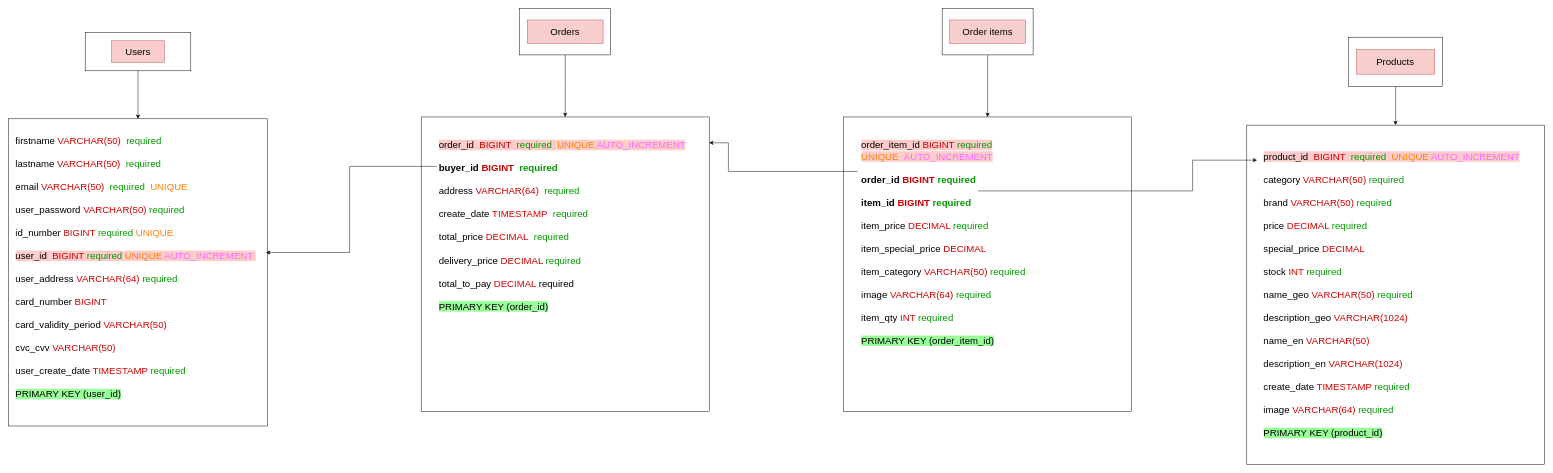
Before: readme/diagrams/sql_models.drawio in NikaKiria/KIROSHOP, a draw.io diagram. Source tidied: cells renumbered, new cells numbered last; positions are measured from the earlier drawing's top-left corner, leaving out a move shared by most shapes. Both pictures are drawn from the tidied source at 48%, with x=0, y=0 at pixel (8, 8).
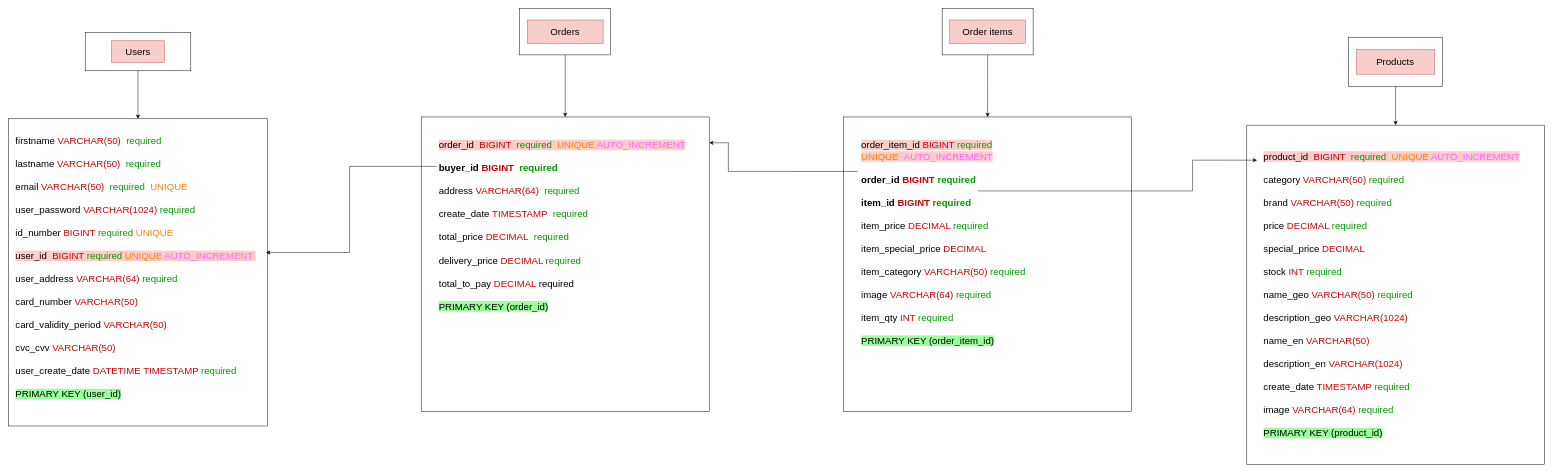
Above is the later version.

Commit message (it also covers changes not shown here):
change table models for mysql db

Change to the diagram source:
```diff
@@
-    <mxCell id="7" value="&lt;br&gt;firstname&amp;nbsp;&lt;font color=&quot;#cc0000&quot;&gt;VARCHAR(50)&amp;nbsp; &lt;/font&gt;&lt;font color=&quot;#009900&quot;&gt;required&lt;/font&gt;&lt;br&gt;&lt;br&gt;lastname&amp;nbsp;&lt;span style=&quot;color: rgb(204 , 0 , 0)&quot;&gt;VARCHAR(50)&amp;nbsp; &lt;/span&gt;&lt;font color=&quot;#009900&quot;&gt;required&lt;/font&gt;&lt;br&gt;&lt;br&gt;email&amp;nbsp;&lt;span style=&quot;color: rgb(204 , 0 , 0)&quot;&gt;VARCHAR(50)&amp;nbsp; &lt;/span&gt;&lt;font color=&quot;#009900&quot;&gt;required&amp;nbsp; &lt;/font&gt;&lt;font color=&quot;#ff8000&quot;&gt;UNIQUE&lt;/font&gt;&lt;br&gt;&lt;br&gt;user_password&amp;nbsp;&lt;span style=&quot;color: rgb(204 , 0 , 0)&quot;&gt;VARCHAR(50) &lt;/span&gt;&lt;font color=&quot;#009900&quot;&gt;required&lt;/font&gt;&lt;br&gt;&lt;br&gt;id_number&amp;nbsp;&lt;font color=&quot;#cc0000&quot;&gt;BIGINT &lt;/font&gt;&lt;font color=&quot;#009900&quot;&gt;required &lt;/font&gt;&lt;font color=&quot;#ff8000&quot;&gt;UNIQUE&lt;/font&gt;&lt;br&gt;&lt;br&gt;&lt;span style=&quot;background-color: rgb(255 , 204 , 204)&quot;&gt;user_id&amp;nbsp; &lt;font color=&quot;#cc0000&quot;&gt;BIGINT&amp;nbsp;&lt;/font&gt;&lt;font color=&quot;#009900&quot;&gt;required &lt;/font&gt;&lt;font color=&quot;#ff8000&quot;&gt;UNIQUE &lt;/font&gt;&lt;font color=&quot;#ff66ff&quot;&gt;AUTO_INCREMENT&lt;/font&gt;&lt;font color=&quot;#ff8000&quot;&gt;&amp;nbsp;&lt;br&gt;&lt;/font&gt;&lt;/span&gt;&lt;br&gt;user_address &lt;font color=&quot;#cc0000&quot;&gt;VARCHAR(64) &lt;/font&gt;&lt;font color=&quot;#009900&quot;&gt;required&lt;/font&gt;&lt;br&gt;&lt;br&gt;&#9;card_number &lt;font color=&quot;#cc0000&quot;&gt;BIGINT&lt;br&gt;&lt;/font&gt;&lt;br&gt;card_validity_period &lt;font color=&quot;#cc0000&quot;&gt;VARCHAR(50)&lt;br&gt;&lt;/font&gt;&lt;br&gt;cvc_cvv&amp;nbsp;&lt;font color=&quot;#cc0000&quot;&gt;VARCHAR(50)&lt;/font&gt;&lt;br&gt;&lt;br&gt;user_create_date &lt;font color=&quot;#cc0000&quot;&gt;TIMESTAMP &lt;/font&gt;&lt;font color=&quot;#009900&quot;&gt;required&lt;/font&gt;&lt;br&gt;&lt;br&gt;&lt;span style=&quot;background-color: rgb(153 , 255 , 153)&quot;&gt;PRIMARY KEY (user_id)&lt;/span&gt;" style="text;html=1;strokeColor=none;fillColor=none;spacing=5;spacingTop=-20;whiteSpace=wrap;overflow=hidden;rounded=0;fontSize=20;" parent="1" vertex="1">
+    <mxCell id="7" value="&lt;br&gt;firstname&amp;nbsp;&lt;font color=&quot;#cc0000&quot;&gt;VARCHAR(50)&amp;nbsp; &lt;/font&gt;&lt;font color=&quot;#009900&quot;&gt;required&lt;/font&gt;&lt;br&gt;&lt;br&gt;lastname&amp;nbsp;&lt;span style=&quot;color: rgb(204 , 0 , 0)&quot;&gt;VARCHAR(50)&amp;nbsp; &lt;/span&gt;&lt;font color=&quot;#009900&quot;&gt;required&lt;/font&gt;&lt;br&gt;&lt;br&gt;email&amp;nbsp;&lt;span style=&quot;color: rgb(204 , 0 , 0)&quot;&gt;VARCHAR(50)&amp;nbsp; &lt;/span&gt;&lt;font color=&quot;#009900&quot;&gt;required&amp;nbsp; &lt;/font&gt;&lt;font color=&quot;#ff8000&quot;&gt;UNIQUE&lt;/font&gt;&lt;br&gt;&lt;br&gt;user_password&amp;nbsp;&lt;span style=&quot;color: rgb(204 , 0 , 0)&quot;&gt;VARCHAR(1024) &lt;/span&gt;&lt;font color=&quot;#009900&quot;&gt;required&lt;/font&gt;&lt;br&gt;&lt;br&gt;id_number&amp;nbsp;&lt;font color=&quot;#cc0000&quot;&gt;BIGINT &lt;/font&gt;&lt;font color=&quot;#009900&quot;&gt;required &lt;/font&gt;&lt;font color=&quot;#ff8000&quot;&gt;UNIQUE&lt;/font&gt;&lt;br&gt;&lt;br&gt;&lt;span style=&quot;background-color: rgb(255 , 204 , 204)&quot;&gt;user_id&amp;nbsp; &lt;font color=&quot;#cc0000&quot;&gt;BIGINT&amp;nbsp;&lt;/font&gt;&lt;font color=&quot;#009900&quot;&gt;required &lt;/font&gt;&lt;font color=&quot;#ff8000&quot;&gt;UNIQUE &lt;/font&gt;&lt;font color=&quot;#ff66ff&quot;&gt;AUTO_INCREMENT&lt;/font&gt;&lt;font color=&quot;#ff8000&quot;&gt;&amp;nbsp;&lt;br&gt;&lt;/font&gt;&lt;/span&gt;&lt;br&gt;user_address &lt;font color=&quot;#cc0000&quot;&gt;VARCHAR(64) &lt;/font&gt;&lt;font color=&quot;#009900&quot;&gt;required&lt;/font&gt;&lt;br&gt;&lt;br&gt;&#9;card_number &lt;font color=&quot;#cc0000&quot;&gt;VARCHAR(50)&lt;br&gt;&lt;/font&gt;&lt;br&gt;card_validity_period &lt;font color=&quot;#cc0000&quot;&gt;VARCHAR(50)&lt;br&gt;&lt;/font&gt;&lt;br&gt;cvc_cvv&amp;nbsp;&lt;font color=&quot;#cc0000&quot;&gt;VARCHAR(50)&lt;/font&gt;&lt;br&gt;&lt;br&gt;user_create_date &lt;font color=&quot;#cc0000&quot;&gt;DATETIME&amp;nbsp;TIMESTAMP &lt;/font&gt;&lt;font color=&quot;#009900&quot;&gt;required&lt;/font&gt;&lt;br&gt;&lt;br&gt;&lt;span style=&quot;background-color: rgb(153 , 255 , 153)&quot;&gt;PRIMARY KEY (user_id)&lt;/span&gt;" style="text;html=1;strokeColor=none;fillColor=none;spacing=5;spacingTop=-20;whiteSpace=wrap;overflow=hidden;rounded=0;fontSize=20;" parent="1" vertex="1">
       <mxGeometry x="10" y="250" width="520" height="600" as="geometry" />
     </mxCell>
```
